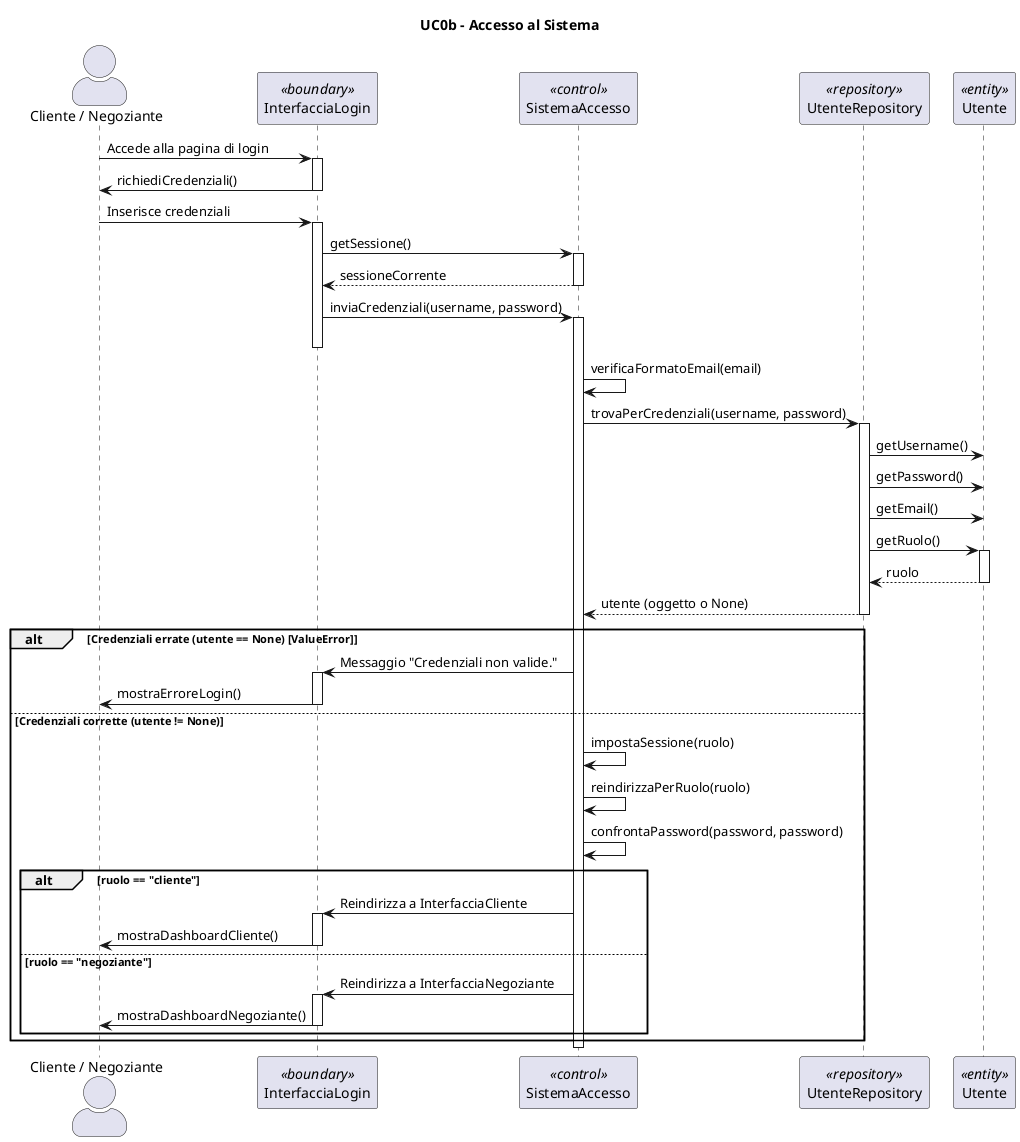
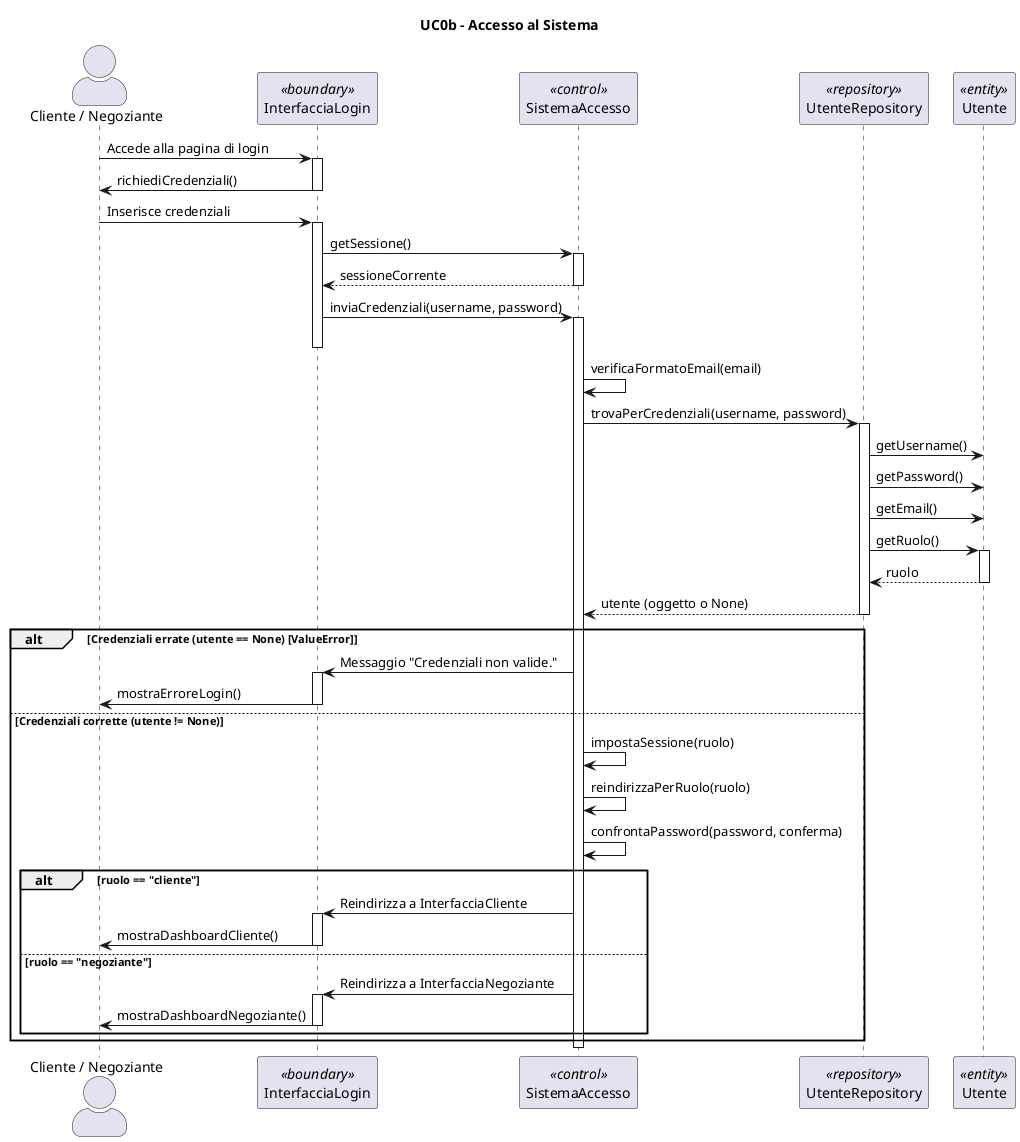
@startuml
title UC0b - Accesso al Sistema
skinparam actorStyle awesome

actor "Cliente / Negoziante" as Utenti
participant "InterfacciaLogin" <<boundary>>
participant "SistemaAccesso" as Sistema <<control>>
participant "UtenteRepository" as Repo <<repository>>
participant "Utente" <<entity>>

Utenti -> InterfacciaLogin : Accede alla pagina di login
activate InterfacciaLogin
InterfacciaLogin -> Utenti : richiediCredenziali()
deactivate InterfacciaLogin

Utenti -> InterfacciaLogin : Inserisce credenziali
activate InterfacciaLogin

InterfacciaLogin -> Sistema : getSessione()
activate Sistema
Sistema --> InterfacciaLogin : sessioneCorrente
deactivate Sistema

InterfacciaLogin -> Sistema : inviaCredenziali(username, password)
activate Sistema
deactivate InterfacciaLogin

Sistema -> Sistema : verificaFormatoEmail(email)

Sistema -> Repo : trovaPerCredenziali(username, password)
activate Repo
Repo -> Utente : getUsername()
Repo -> Utente : getPassword()
Repo -> Utente : getEmail()
Repo -> Utente : getRuolo()
activate Utente
Utente --> Repo : ruolo
deactivate Utente
Repo --> Sistema : utente (oggetto o None)
deactivate Repo

alt Credenziali errate (utente == None) [ValueError]
    Sistema -> InterfacciaLogin : Messaggio "Credenziali non valide."
    activate InterfacciaLogin
    InterfacciaLogin -> Utenti : mostraErroreLogin()
    deactivate InterfacciaLogin
else Credenziali corrette (utente != None)

    Sistema -> Sistema : impostaSessione(ruolo)

    Sistema -> Sistema : reindirizzaPerRuolo(ruolo)

-     Sistema -> Sistema : confrontaPassword(password, password)
+     Sistema -> Sistema : confrontaPassword(password, conferma)

    alt ruolo == "cliente"
        Sistema -> InterfacciaLogin : Reindirizza a InterfacciaCliente
        activate InterfacciaLogin
        InterfacciaLogin -> Utenti : mostraDashboardCliente()
        deactivate InterfacciaLogin
    else ruolo == "negoziante"
        Sistema -> InterfacciaLogin : Reindirizza a InterfacciaNegoziante
        activate InterfacciaLogin
        InterfacciaLogin -> Utenti : mostraDashboardNegoziante()
        deactivate InterfacciaLogin
    end
end

deactivate Sistema
@enduml